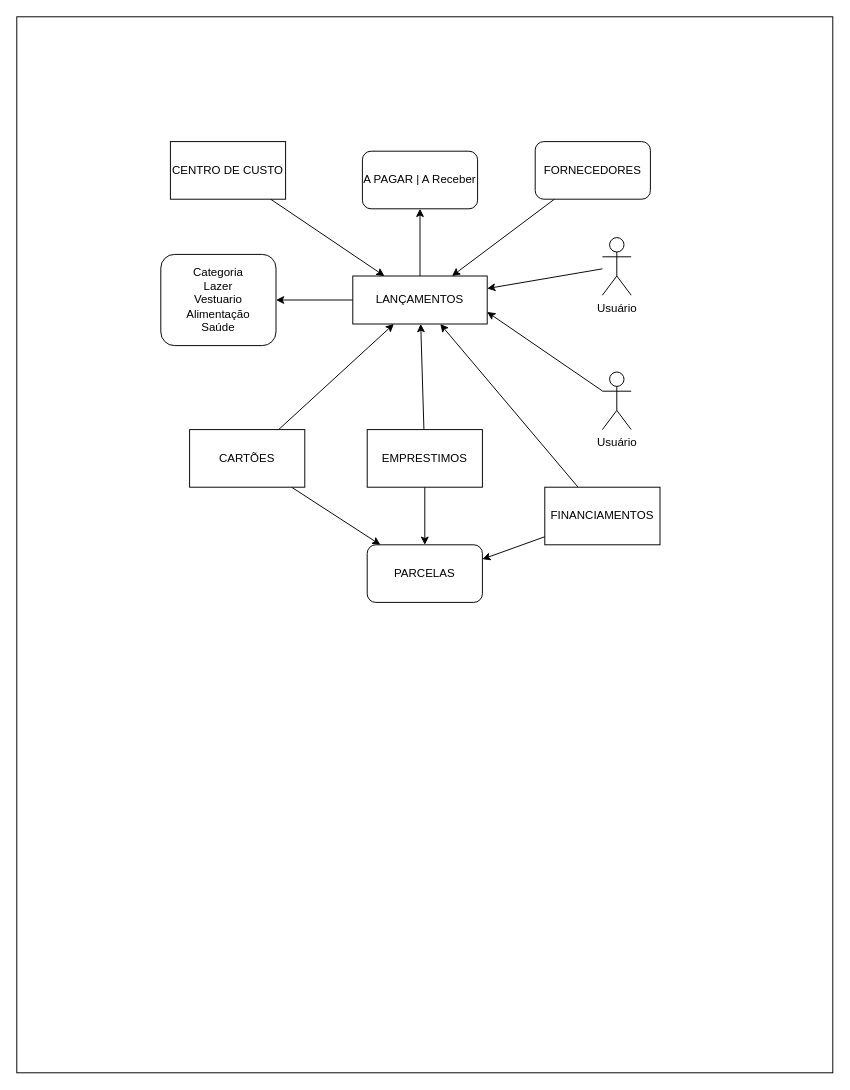
Before: docs/contexto.drawio in frequenciaweb/financeiro-pessoal, a draw.io diagram. Source tidied: cells renumbered, new cells numbered last; positions are measured from the earlier drawing's top-left corner, leaving out a move shared by most shapes. Both pictures are drawn from the tidied source at 96%, with x=0, y=0 at pixel (16, 16).
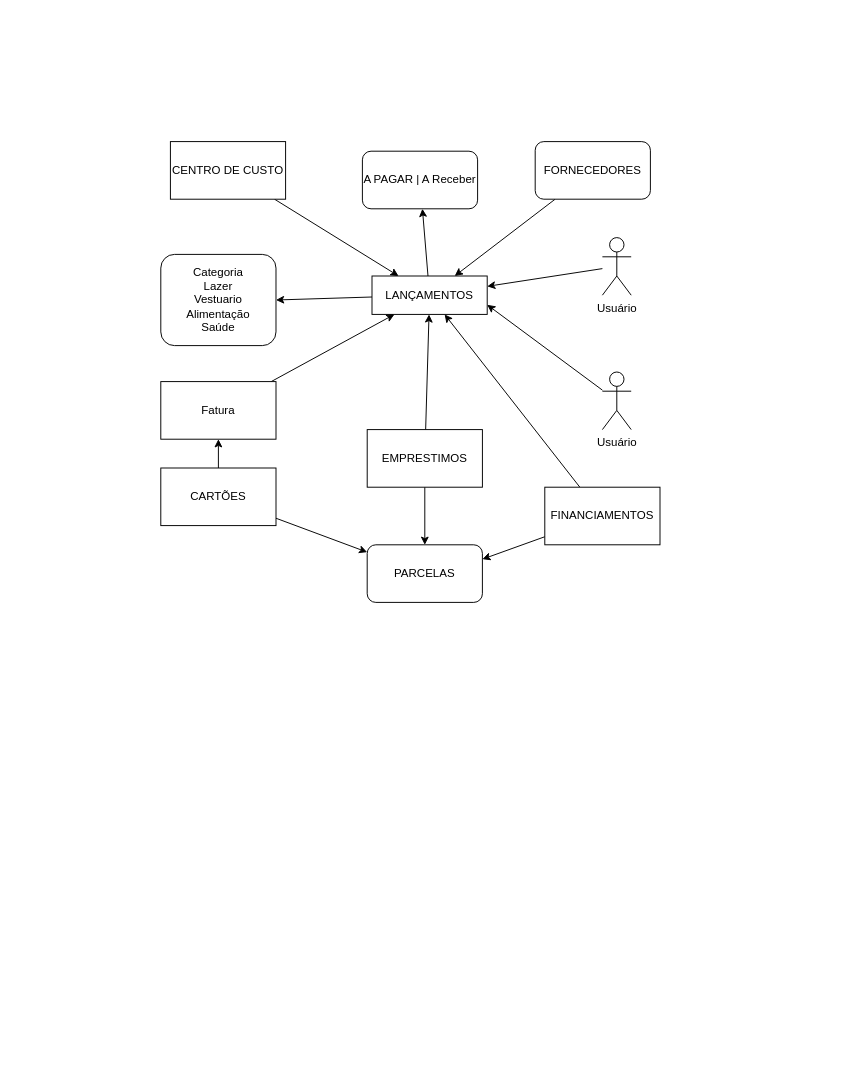
The same page after the edit.

The edit, as a diff of the source:
```diff
@@
-    <mxCell id="2" style="rounded=0;whiteSpace=wrap;html=1;" parent="1" vertex="1">
-      <mxGeometry width="850" height="1100" as="geometry" />
-    </mxCell>
@@
     <mxCell id="5" value="LANÇAMENTOS" style="rounded=0;whiteSpace=wrap;html=1;" parent="1" vertex="1">
-      <mxGeometry x="350" y="270" width="140" height="50" as="geometry" />
+      <mxGeometry x="370" y="270" width="120" height="40" as="geometry" />
     </mxCell>
@@
-    <mxCell id="12" style="edgeStyle=none;html=1;" parent="1" edge="1" source="14" target="5">
-      <mxGeometry relative="1" as="geometry" />
-    </mxCell>
@@
+    <mxCell id="26" style="edgeStyle=none;html=1;entryX=0.5;entryY=1;entryDx=0;entryDy=0;" parent="1" edge="1" source="14" target="28">
+      <mxGeometry relative="1" as="geometry" />
+    </mxCell>
     <mxCell id="14" value="CARTÕES" style="rounded=0;whiteSpace=wrap;html=1;" parent="1" vertex="1">
-      <mxGeometry x="180" y="430" width="120" height="60" as="geometry" />
+      <mxGeometry x="150" y="470" width="120" height="60" as="geometry" />
     </mxCell>
@@
+    <mxCell id="27" style="edgeStyle=none;html=1;" parent="1" edge="1" source="28" target="5">
+      <mxGeometry relative="1" as="geometry" />
+    </mxCell>
+    <mxCell id="28" value="Fatura" style="rounded=0;whiteSpace=wrap;html=1;" parent="1" vertex="1">
+      <mxGeometry x="150" y="380" width="120" height="60" as="geometry" />
+    </mxCell>
```
